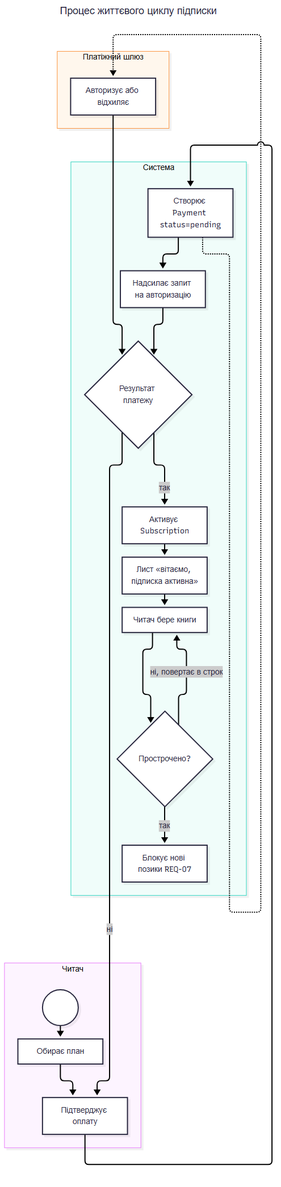
This is Labs/lab4-process/renders/subscription-lifecycle.png from sanyalovemoney/KPI_labs, a Mermaid export, as it was before one commit. Its source is kept beside it as Labs/lab4-process/model/subscription-lifecycle.mmd. The source it was exported from:
```mermaid
---
title: Процес життєвого циклу підписки
---
flowchart TD
    subgraph Читач
        S(( )) --> B[Обирає план]
        B --> C[Підтверджує оплату]
    end

    subgraph Система
        C --> D[Створює Payment status=pending]
        D --> E[Надсилає запит на авторизацію]
        E --> F{Результат платежу}
        F -->|так| FK([fork активація ∥ лист — REQ-03])
        FK --> G[Активує Subscription]
        FK --> H[Лист «вітаємо, підписка активна»]
        G --> JN([join обидва кроки виконано])
        H --> JN
        JN --> I[Читач бере книги]
        F -->|ні| C
        I --> J{Прострочено?}
        J -->|ні, повертає в строк| RB[Повертає книгу returned_at=now]
        RB --> UB[Знімає блокування — REQ-08]
        UB --> EX{expires_at > now?}
        EX -->|так| I
        EX -->|ні| END1(( ))
        J -->|так| K[Блокує нові позики REQ-07]
        K --> RB2[Повертає прострочену книгу]
        RB2 --> UB
        I -->|підписка скінчилась і не продовжується| END2(( ))
    end

    subgraph Платіжний шлюз
        E1[Авторизує або відхиляє] --> F
    end

    D -.-> E1
```
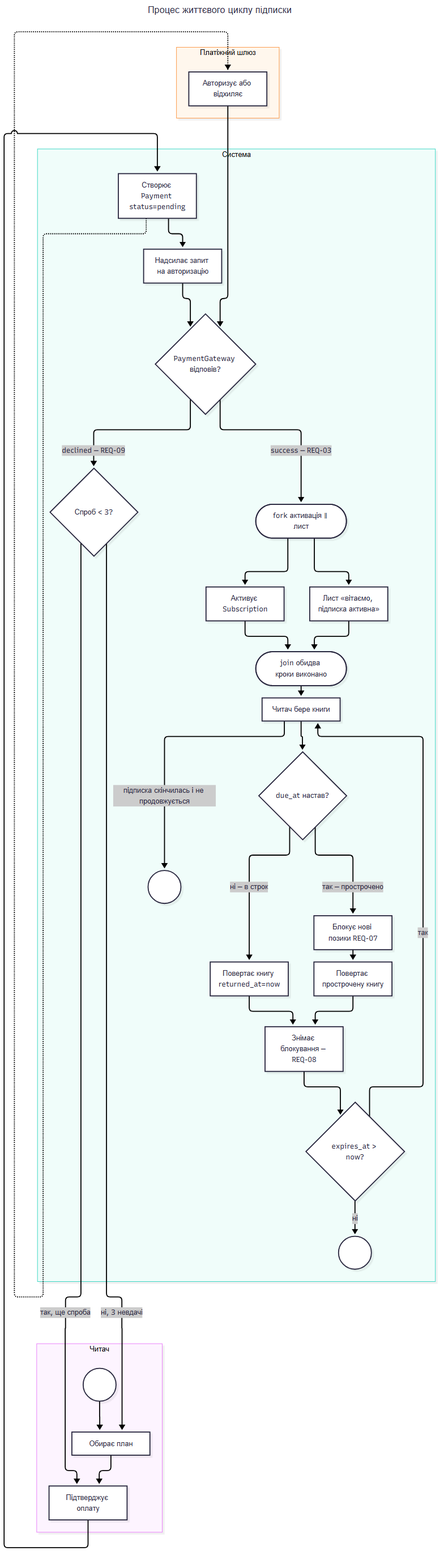
After the commit.

Commit message:
lab4: fix - label payment guards with REQ refs, cap retries at 3

Change to the diagram source:
```diff
@@ -10,21 +10,23 @@
     subgraph Система
         C --> D[Створює Payment status=pending]
         D --> E[Надсилає запит на авторизацію]
-        E --> F{Результат платежу}
-        F -->|так| FK([fork активація ∥ лист — REQ-03])
+        E --> F{PaymentGateway відповів?}
+        F -->|success — REQ-03| FK([fork активація ∥ лист])
         FK --> G[Активує Subscription]
         FK --> H[Лист «вітаємо, підписка активна»]
         G --> JN([join обидва кроки виконано])
         H --> JN
         JN --> I[Читач бере книги]
-        F -->|ні| C
-        I --> J{Прострочено?}
-        J -->|ні, повертає в строк| RB[Повертає книгу returned_at=now]
+        F -->|declined — REQ-09| RT{Спроб < 3?}
+        RT -->|так, ще спроба| C
+        RT -->|ні, 3 невдачі| B
+        I --> J{due_at настав?}
+        J -->|ні — в строк| RB[Повертає книгу returned_at=now]
         RB --> UB[Знімає блокування — REQ-08]
         UB --> EX{expires_at > now?}
         EX -->|так| I
         EX -->|ні| END1(( ))
-        J -->|так| K[Блокує нові позики REQ-07]
+        J -->|так — прострочено| K[Блокує нові позики REQ-07]
         K --> RB2[Повертає прострочену книгу]
         RB2 --> UB
         I -->|підписка скінчилась і не продовжується| END2(( ))
```
